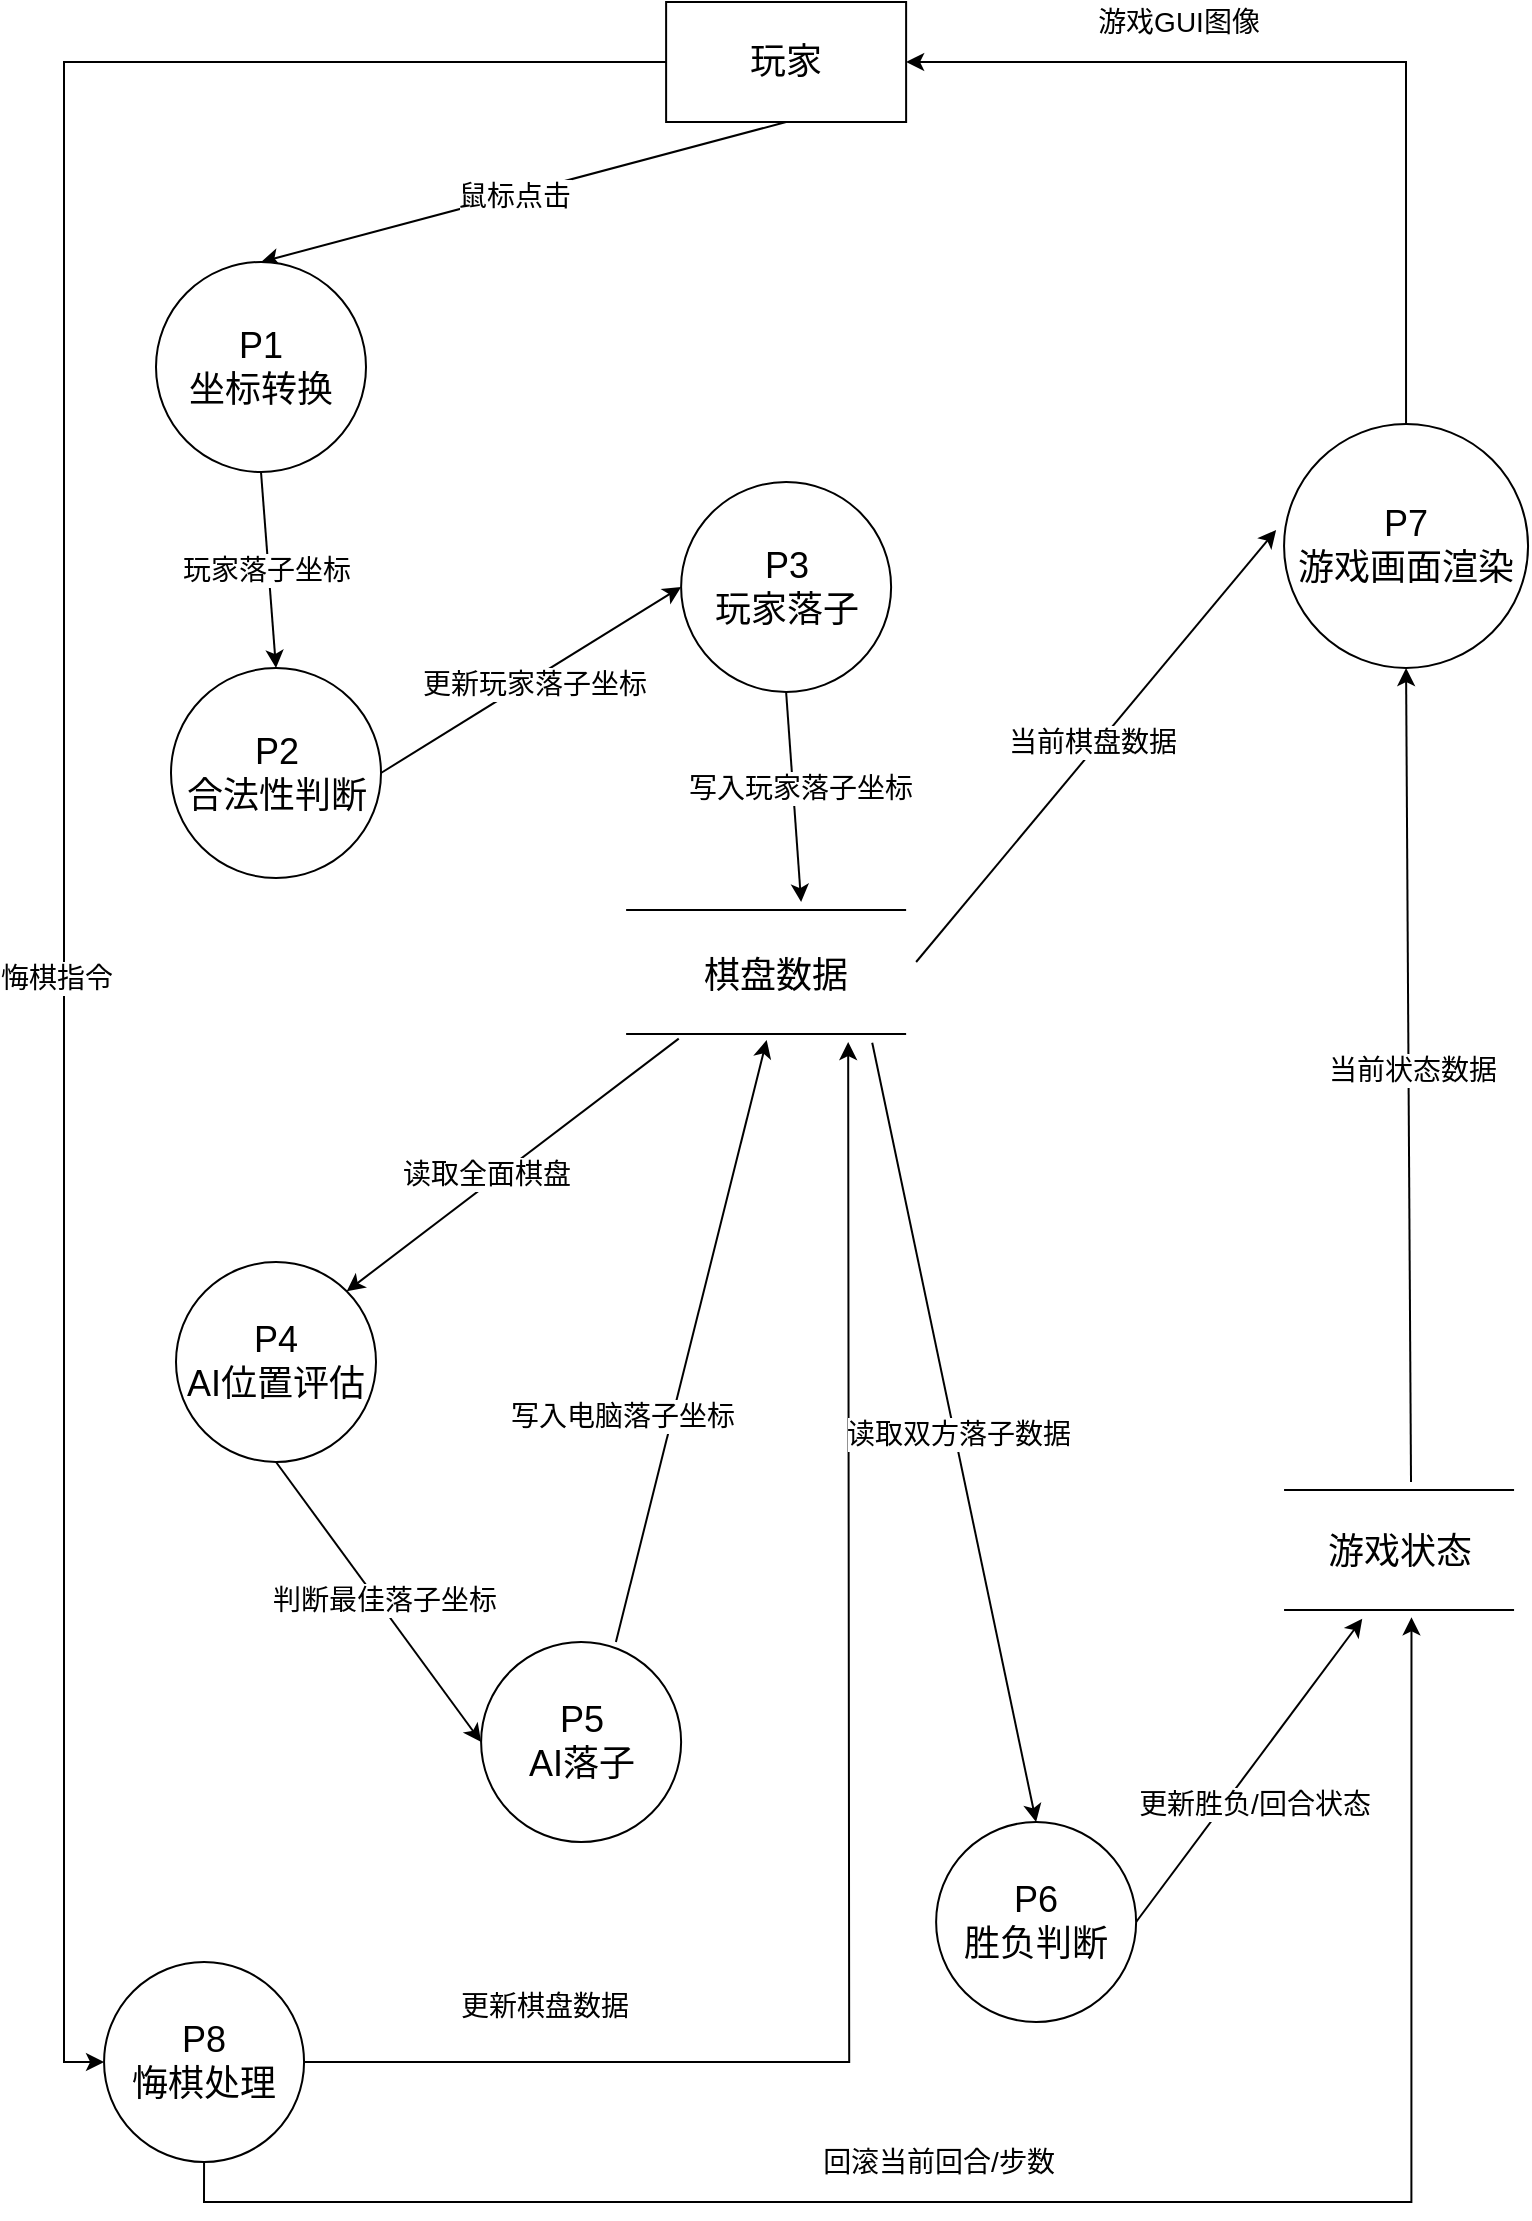
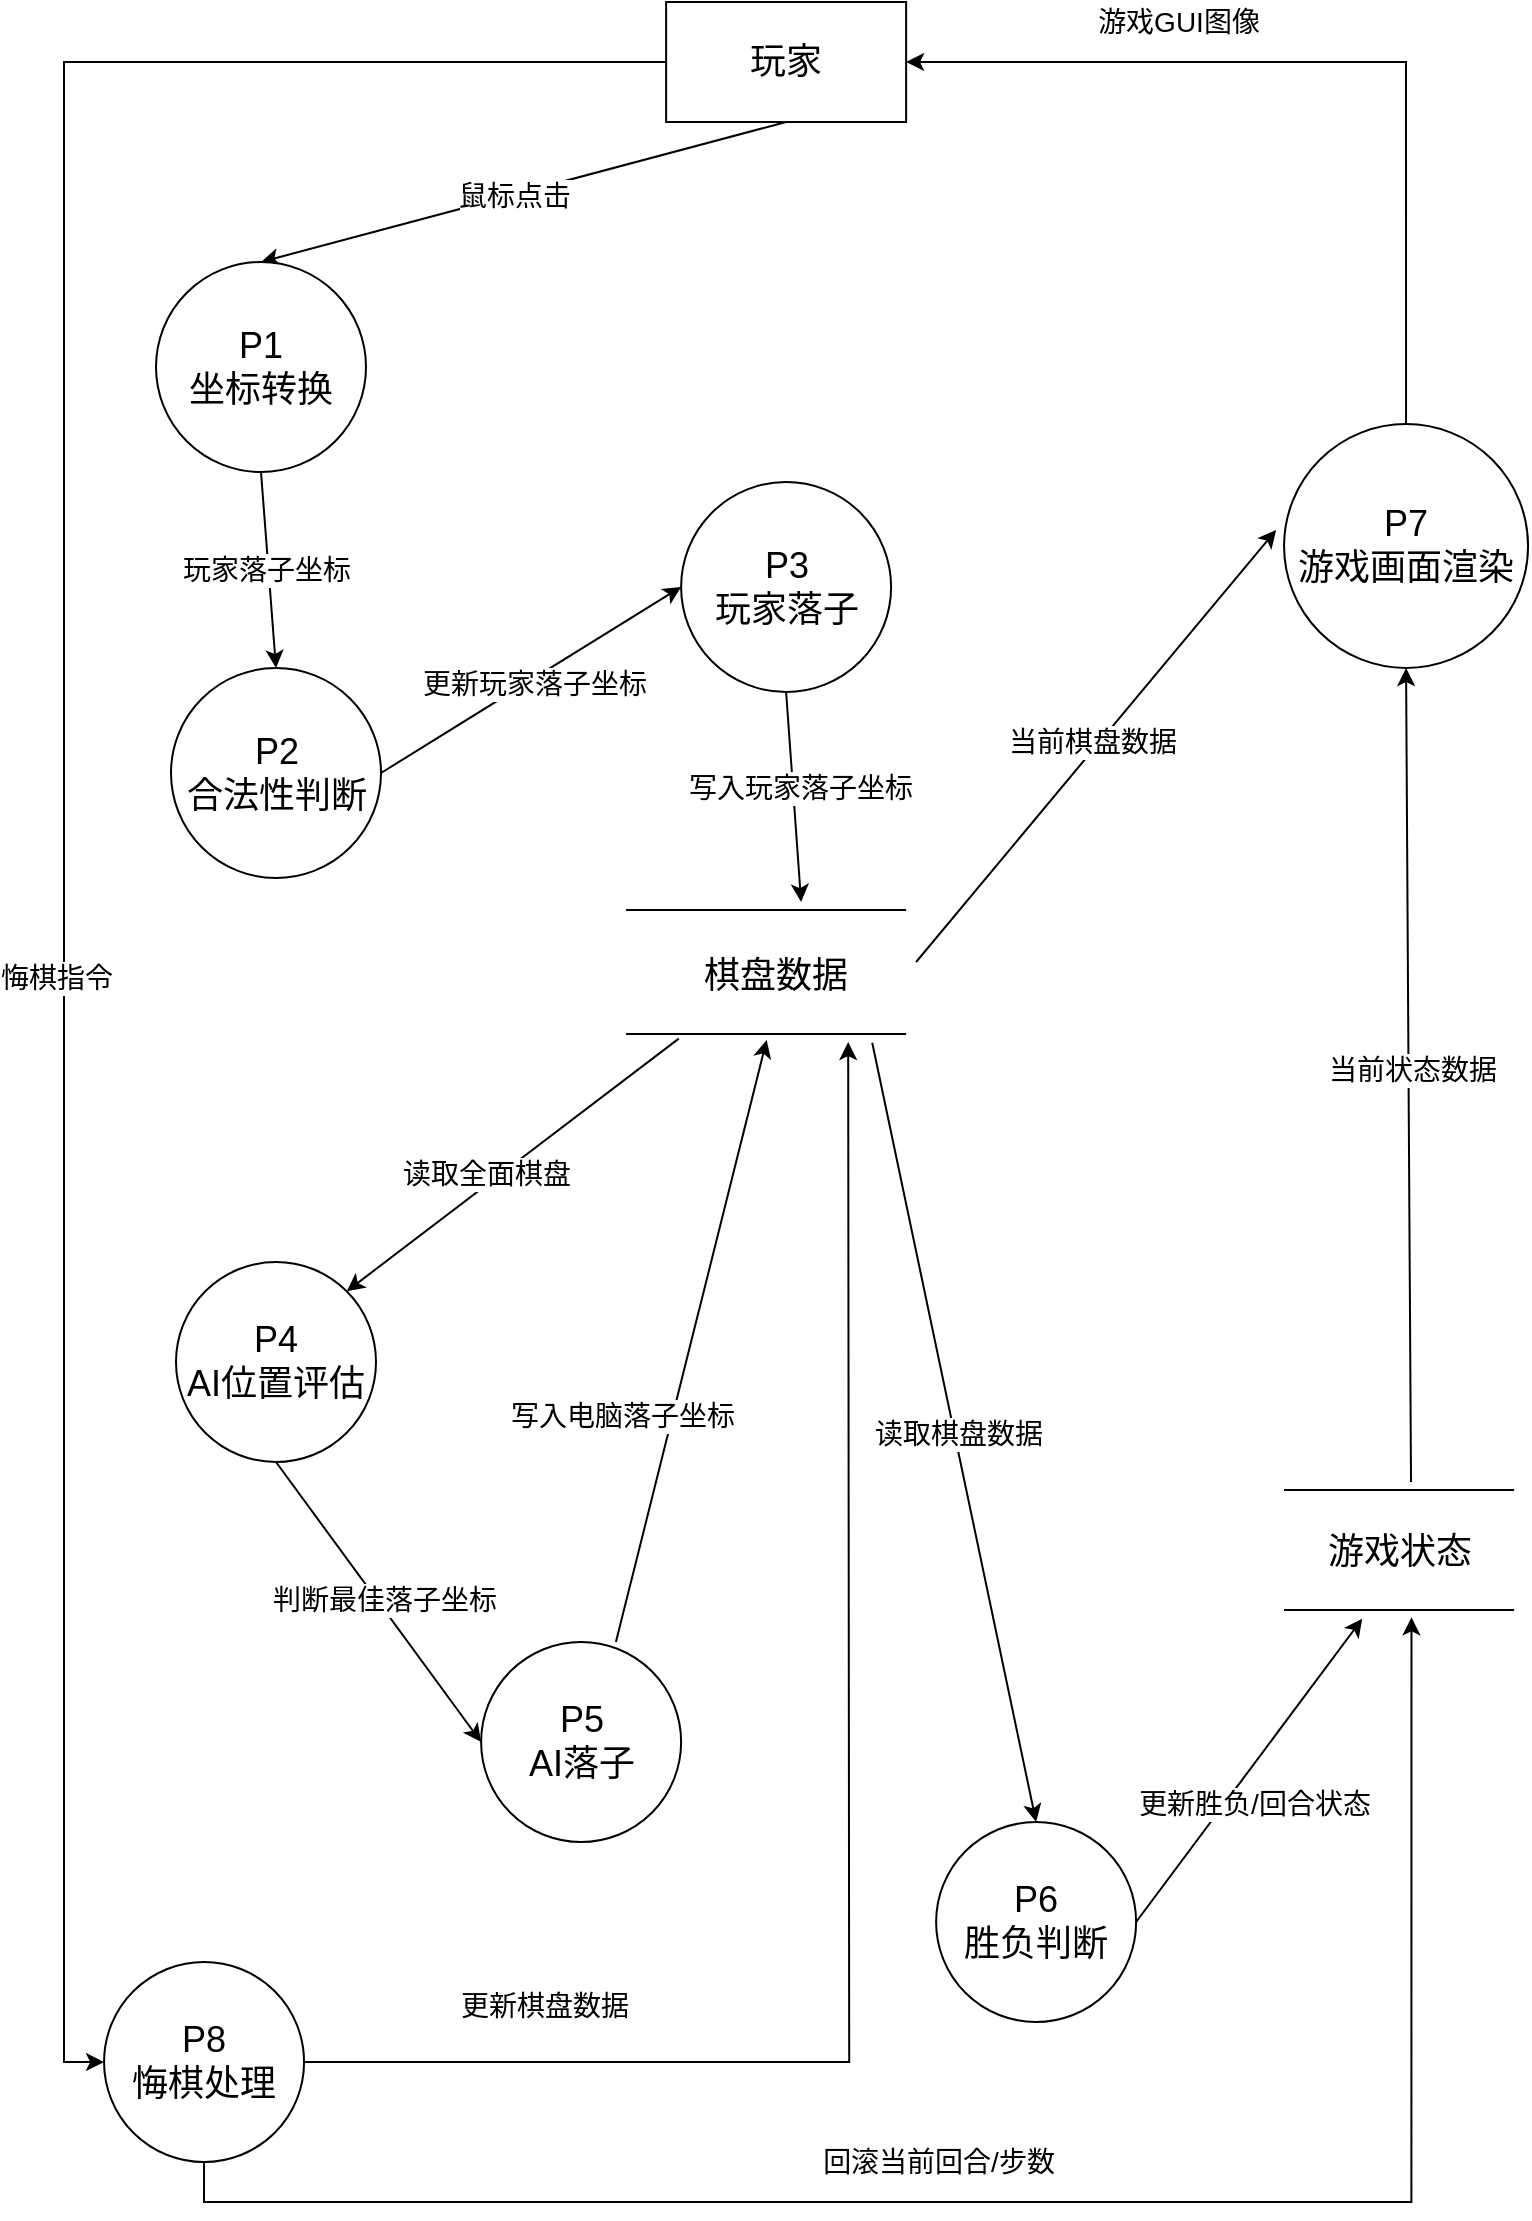
<mxfile host="app.diagrams.net">
  <diagram name="Page-1" id="hryGj0KzSXnJhMcqTr9-">
    <mxGraphModel dx="2054" dy="1198" grid="1" gridSize="10" guides="1" tooltips="1" connect="1" arrows="1" fold="1" page="1" pageScale="1" pageWidth="827" pageHeight="1169" math="0" shadow="0">
      <root>
        <mxCell id="0" />
        <mxCell id="1" parent="0" />
        <mxCell id="fDHwApNMCYBN-XmplwMt-11" edge="1" parent="1" source="fDHwApNMCYBN-XmplwMt-3" style="rounded=0;orthogonalLoop=1;jettySize=auto;html=1;exitX=0.5;exitY=1;exitDx=0;exitDy=0;entryX=0.5;entryY=0;entryDx=0;entryDy=0;" target="SoA14i47H3jGXmkj97EN-22">
          <mxGeometry relative="1" as="geometry">
            <mxPoint x="94.03" y="280" as="targetPoint" />
          </mxGeometry>
        </mxCell>
        <mxCell id="fDHwApNMCYBN-XmplwMt-12" connectable="0" parent="fDHwApNMCYBN-XmplwMt-11" style="edgeLabel;html=1;align=center;verticalAlign=middle;resizable=0;points=[];" value="&lt;font style=&quot;font-size: 14px;&quot;&gt;鼠标点击&lt;/font&gt;" vertex="1">
          <mxGeometry relative="1" x="0.0364" as="geometry">
            <mxPoint as="offset" />
          </mxGeometry>
        </mxCell>
        <mxCell id="SoA14i47H3jGXmkj97EN-53" edge="1" parent="1" source="fDHwApNMCYBN-XmplwMt-3" style="edgeStyle=orthogonalEdgeStyle;rounded=0;orthogonalLoop=1;jettySize=auto;html=1;exitX=0;exitY=0.5;exitDx=0;exitDy=0;entryX=0;entryY=0.5;entryDx=0;entryDy=0;" target="SoA14i47H3jGXmkj97EN-41">
          <mxGeometry relative="1" as="geometry" />
        </mxCell>
        <mxCell id="SoA14i47H3jGXmkj97EN-54" connectable="0" parent="SoA14i47H3jGXmkj97EN-53" style="edgeLabel;html=1;align=center;verticalAlign=middle;resizable=0;points=[];" value="&lt;font style=&quot;font-size: 14px;&quot;&gt;悔棋指令&lt;/font&gt;" vertex="1">
          <mxGeometry relative="1" x="-0.1018" y="-4" as="geometry">
            <mxPoint y="165" as="offset" />
          </mxGeometry>
        </mxCell>
        <mxCell id="fDHwApNMCYBN-XmplwMt-3" parent="1" style="rounded=0;whiteSpace=wrap;html=1;" value="&lt;font style=&quot;font-size: 18px;&quot;&gt;玩家&lt;/font&gt;" vertex="1">
          <mxGeometry height="60" width="120" x="355.05999999999995" y="30" as="geometry" />
        </mxCell>
        <mxCell id="SoA14i47H3jGXmkj97EN-37" edge="1" parent="1" source="SoA14i47H3jGXmkj97EN-64" style="edgeStyle=orthogonalEdgeStyle;rounded=0;orthogonalLoop=1;jettySize=auto;html=1;exitX=0.5;exitY=0;exitDx=0;exitDy=0;entryX=1;entryY=0.5;entryDx=0;entryDy=0;" target="fDHwApNMCYBN-XmplwMt-3">
          <mxGeometry relative="1" as="geometry">
            <mxPoint x="724.0300000000001" y="278" as="sourcePoint" />
            <mxPoint x="724.0300000000002" y="170" as="targetPoint" />
          </mxGeometry>
        </mxCell>
        <mxCell id="SoA14i47H3jGXmkj97EN-38" connectable="0" parent="SoA14i47H3jGXmkj97EN-37" style="edgeLabel;html=1;align=center;verticalAlign=middle;resizable=0;points=[];" value="&lt;font style=&quot;font-size: 14px;&quot;&gt;游戏GUI图像&lt;/font&gt;" vertex="1">
          <mxGeometry relative="1" x="0.0741" as="geometry">
            <mxPoint x="-64" y="-20" as="offset" />
          </mxGeometry>
        </mxCell>
        <mxCell id="SoA14i47H3jGXmkj97EN-14" edge="1" parent="1" source="SoA14i47H3jGXmkj97EN-28" style="endArrow=classic;html=1;rounded=0;exitX=0.188;exitY=0.792;exitDx=0;exitDy=0;exitPerimeter=0;entryX=1;entryY=0;entryDx=0;entryDy=0;" target="SoA14i47H3jGXmkj97EN-23" value="">
          <mxGeometry height="50" relative="1" width="50" as="geometry">
            <mxPoint x="368.4000000000001" y="338.00399999999996" as="sourcePoint" />
            <mxPoint x="178.56" y="450" as="targetPoint" />
          </mxGeometry>
        </mxCell>
        <mxCell id="SoA14i47H3jGXmkj97EN-15" connectable="0" parent="SoA14i47H3jGXmkj97EN-14" style="edgeLabel;html=1;align=center;verticalAlign=middle;resizable=0;points=[];" value="&lt;font style=&quot;font-size: 14px;&quot;&gt;读取全面棋盘&lt;/font&gt;" vertex="1">
          <mxGeometry relative="1" x="-0.1782" as="geometry">
            <mxPoint x="-29" y="16" as="offset" />
          </mxGeometry>
        </mxCell>
        <mxCell id="SoA14i47H3jGXmkj97EN-16" edge="1" parent="1" style="endArrow=classic;html=1;rounded=0;" value="">
          <mxGeometry height="50" relative="1" width="50" as="geometry">
            <mxPoint x="480.06" y="510" as="sourcePoint" />
            <mxPoint x="660.0600000000001" y="294" as="targetPoint" />
          </mxGeometry>
        </mxCell>
        <mxCell id="SoA14i47H3jGXmkj97EN-17" connectable="0" parent="SoA14i47H3jGXmkj97EN-16" style="edgeLabel;html=1;align=center;verticalAlign=middle;resizable=0;points=[];" value="&lt;span style=&quot;font-size: 14px;&quot;&gt;当前棋盘数据&lt;/span&gt;" vertex="1">
          <mxGeometry relative="1" x="0.0202" y="1" as="geometry">
            <mxPoint x="-3" y="1" as="offset" />
          </mxGeometry>
        </mxCell>
        <mxCell id="SoA14i47H3jGXmkj97EN-85" edge="1" parent="1" source="SoA14i47H3jGXmkj97EN-22" style="rounded=0;orthogonalLoop=1;jettySize=auto;html=1;exitX=0.5;exitY=1;exitDx=0;exitDy=0;entryX=0.5;entryY=0;entryDx=0;entryDy=0;" target="SoA14i47H3jGXmkj97EN-84">
          <mxGeometry relative="1" as="geometry" />
        </mxCell>
        <mxCell id="SoA14i47H3jGXmkj97EN-86" connectable="0" parent="SoA14i47H3jGXmkj97EN-85" style="edgeLabel;html=1;align=center;verticalAlign=middle;resizable=0;points=[];" value="&lt;font style=&quot;font-size: 14px;&quot;&gt;玩家落子坐标&lt;/font&gt;" vertex="1">
          <mxGeometry relative="1" x="0.004" y="-2" as="geometry">
            <mxPoint y="-1" as="offset" />
          </mxGeometry>
        </mxCell>
        <mxCell id="SoA14i47H3jGXmkj97EN-22" parent="1" style="ellipse;whiteSpace=wrap;html=1;aspect=fixed;" value="&lt;font style=&quot;font-size: 18px;&quot;&gt;P1&lt;/font&gt;&lt;div&gt;&lt;font style=&quot;font-size: 18px;&quot;&gt;坐标转换&lt;/font&gt;&lt;/div&gt;" vertex="1">
          <mxGeometry height="105" width="105" x="100" y="160" as="geometry" />
        </mxCell>
        <mxCell id="SoA14i47H3jGXmkj97EN-23" parent="1" style="ellipse;whiteSpace=wrap;html=1;aspect=fixed;" value="&lt;font style=&quot;font-size: 18px;&quot;&gt;P4&lt;/font&gt;&lt;div&gt;&lt;font style=&quot;font-size: 18px;&quot;&gt;AI位置评估&lt;/font&gt;&lt;/div&gt;" vertex="1">
          <mxGeometry height="100" width="100" x="110" y="660" as="geometry" />
        </mxCell>
        <mxCell id="SoA14i47H3jGXmkj97EN-24" parent="1" style="ellipse;whiteSpace=wrap;html=1;aspect=fixed;" value="&lt;font style=&quot;font-size: 18px;&quot;&gt;P5&lt;/font&gt;&lt;div&gt;&lt;font style=&quot;font-size: 18px;&quot;&gt;AI落子&lt;/font&gt;&lt;/div&gt;" vertex="1">
          <mxGeometry height="100" width="100" x="262.56" y="850" as="geometry" />
        </mxCell>
        <mxCell id="SoA14i47H3jGXmkj97EN-60" edge="1" parent="1" source="SoA14i47H3jGXmkj97EN-25" style="rounded=0;orthogonalLoop=1;jettySize=auto;html=1;exitX=1;exitY=0.5;exitDx=0;exitDy=0;entryX=0.34;entryY=1.051;entryDx=0;entryDy=0;entryPerimeter=0;" target="SoA14i47H3jGXmkj97EN-50">
          <mxGeometry relative="1" as="geometry">
            <mxPoint x="700.0600000000001" y="710" as="targetPoint" />
          </mxGeometry>
        </mxCell>
        <mxCell id="SoA14i47H3jGXmkj97EN-61" connectable="0" parent="SoA14i47H3jGXmkj97EN-60" style="edgeLabel;html=1;align=center;verticalAlign=middle;resizable=0;points=[];" value="&lt;font style=&quot;font-size: 14px;&quot;&gt;更新胜负/回合状态&lt;/font&gt;" vertex="1">
          <mxGeometry relative="1" x="-0.1486" y="-2" as="geometry">
            <mxPoint x="9" y="4" as="offset" />
          </mxGeometry>
        </mxCell>
        <mxCell id="SoA14i47H3jGXmkj97EN-25" parent="1" style="ellipse;whiteSpace=wrap;html=1;aspect=fixed;" value="&lt;font style=&quot;font-size: 18px;&quot;&gt;P6&lt;/font&gt;&lt;div&gt;&lt;font style=&quot;font-size: 18px;&quot;&gt;胜负判断&lt;/font&gt;&lt;/div&gt;" vertex="1">
          <mxGeometry height="100" width="100" x="490.06" y="940" as="geometry" />
        </mxCell>
        <mxCell id="SoA14i47H3jGXmkj97EN-27" parent="1" style="line;strokeWidth=1;fillColor=none;align=left;verticalAlign=middle;spacingTop=-1;spacingLeft=3;spacingRight=3;rotatable=0;labelPosition=right;points=[];portConstraint=eastwest;strokeColor=inherit;" value="" vertex="1">
          <mxGeometry height="8" width="140" x="335.06" y="480" as="geometry" />
        </mxCell>
        <mxCell id="SoA14i47H3jGXmkj97EN-28" parent="1" style="line;strokeWidth=1;fillColor=none;align=left;verticalAlign=middle;spacingTop=-1;spacingLeft=3;spacingRight=3;rotatable=0;labelPosition=right;points=[];portConstraint=eastwest;strokeColor=inherit;" value="" vertex="1">
          <mxGeometry height="8" width="140" x="335.06" y="542" as="geometry" />
        </mxCell>
        <mxCell id="SoA14i47H3jGXmkj97EN-29" parent="1" style="text;html=1;whiteSpace=wrap;strokeColor=none;fillColor=none;align=center;verticalAlign=middle;rounded=0;" value="&lt;font style=&quot;font-size: 18px;&quot;&gt;棋盘数据&lt;/font&gt;" vertex="1">
          <mxGeometry height="30" width="110" x="355.06" y="502" as="geometry" />
        </mxCell>
        <mxCell id="SoA14i47H3jGXmkj97EN-31" edge="1" parent="1" source="SoA14i47H3jGXmkj97EN-23" style="endArrow=classic;html=1;rounded=0;entryX=0;entryY=0.5;entryDx=0;entryDy=0;exitX=0.5;exitY=1;exitDx=0;exitDy=0;" target="SoA14i47H3jGXmkj97EN-24" value="">
          <mxGeometry height="50" relative="1" width="50" as="geometry">
            <mxPoint x="451.96299999999997" y="390" as="sourcePoint" />
            <mxPoint x="189.63999999999993" y="640.336" as="targetPoint" />
          </mxGeometry>
        </mxCell>
        <mxCell id="SoA14i47H3jGXmkj97EN-71" connectable="0" parent="SoA14i47H3jGXmkj97EN-31" style="edgeLabel;html=1;align=center;verticalAlign=middle;resizable=0;points=[];" value="&lt;font style=&quot;font-size: 14px;&quot;&gt;判断最佳落子坐标&lt;/font&gt;" vertex="1">
          <mxGeometry relative="1" x="0.0182" y="2" as="geometry">
            <mxPoint y="-1" as="offset" />
          </mxGeometry>
        </mxCell>
        <mxCell id="SoA14i47H3jGXmkj97EN-35" edge="1" parent="1" source="SoA14i47H3jGXmkj97EN-24" style="rounded=0;orthogonalLoop=1;jettySize=auto;html=1;exitX=0.674;exitY=0;exitDx=0;exitDy=0;entryX=0.502;entryY=0.875;entryDx=0;entryDy=0;entryPerimeter=0;exitPerimeter=0;" target="SoA14i47H3jGXmkj97EN-28">
          <mxGeometry relative="1" as="geometry" />
        </mxCell>
        <mxCell id="SoA14i47H3jGXmkj97EN-36" connectable="0" parent="SoA14i47H3jGXmkj97EN-35" style="edgeLabel;html=1;align=center;verticalAlign=middle;resizable=0;points=[];" value="&lt;span style=&quot;font-size: 14px;&quot;&gt;写入电脑落子坐标&lt;/span&gt;" vertex="1">
          <mxGeometry relative="1" x="-0.0044" y="1" as="geometry">
            <mxPoint x="-34" y="37" as="offset" />
          </mxGeometry>
        </mxCell>
        <mxCell id="SoA14i47H3jGXmkj97EN-55" edge="1" parent="1" source="SoA14i47H3jGXmkj97EN-41" style="edgeStyle=orthogonalEdgeStyle;rounded=0;orthogonalLoop=1;jettySize=auto;html=1;exitX=1;exitY=0.5;exitDx=0;exitDy=0;entryX=0.75;entryY=1;entryDx=0;entryDy=0;entryPerimeter=0;">
          <mxGeometry relative="1" as="geometry">
            <mxPoint x="180.06000000000003" y="1060" as="sourcePoint" />
            <mxPoint x="446.09" y="550" as="targetPoint" />
          </mxGeometry>
        </mxCell>
        <mxCell id="SoA14i47H3jGXmkj97EN-57" connectable="0" parent="SoA14i47H3jGXmkj97EN-55" style="edgeLabel;html=1;align=center;verticalAlign=middle;resizable=0;points=[];" value="&lt;font style=&quot;font-size: 14px;&quot;&gt;更新棋盘数据&lt;/font&gt;" vertex="1">
          <mxGeometry relative="1" x="-0.6914" y="3" as="geometry">
            <mxPoint x="-1" y="-25" as="offset" />
          </mxGeometry>
        </mxCell>
        <mxCell id="SoA14i47H3jGXmkj97EN-41" parent="1" style="ellipse;whiteSpace=wrap;html=1;aspect=fixed;" value="&lt;font style=&quot;font-size: 18px;&quot;&gt;P8&lt;/font&gt;&lt;div&gt;&lt;font style=&quot;font-size: 18px;&quot;&gt;悔棋处理&lt;/font&gt;&lt;/div&gt;" vertex="1">
          <mxGeometry height="100" width="100" x="74.03" y="1010" as="geometry" />
        </mxCell>
        <mxCell id="SoA14i47H3jGXmkj97EN-49" parent="1" style="line;strokeWidth=1;fillColor=none;align=left;verticalAlign=middle;spacingTop=-1;spacingLeft=3;spacingRight=3;rotatable=0;labelPosition=right;points=[];portConstraint=eastwest;strokeColor=inherit;" value="" vertex="1">
          <mxGeometry height="8" width="115" x="664.0300000000001" y="770" as="geometry" />
        </mxCell>
        <mxCell id="SoA14i47H3jGXmkj97EN-50" parent="1" style="line;strokeWidth=1;fillColor=none;align=left;verticalAlign=middle;spacingTop=-1;spacingLeft=3;spacingRight=3;rotatable=0;labelPosition=right;points=[];portConstraint=eastwest;strokeColor=inherit;" value="" vertex="1">
          <mxGeometry height="8" width="115" x="664.0300000000001" y="830" as="geometry" />
        </mxCell>
        <mxCell id="SoA14i47H3jGXmkj97EN-51" parent="1" style="text;html=1;whiteSpace=wrap;strokeColor=none;fillColor=none;align=center;verticalAlign=middle;rounded=0;" value="&lt;span style=&quot;font-size: 18px;&quot;&gt;游戏状态&lt;/span&gt;" vertex="1">
          <mxGeometry height="30" width="110" x="666.5300000000001" y="790" as="geometry" />
        </mxCell>
        <mxCell id="SoA14i47H3jGXmkj97EN-65" edge="1" parent="1" source="SoA14i47H3jGXmkj97EN-28" style="endArrow=classic;html=1;rounded=0;exitX=0.879;exitY=1.042;exitDx=0;exitDy=0;exitPerimeter=0;entryX=0.5;entryY=0;entryDx=0;entryDy=0;" target="SoA14i47H3jGXmkj97EN-25" value="">
          <mxGeometry height="50" relative="1" width="50" as="geometry">
            <mxPoint x="610.0600000000001" y="570" as="sourcePoint" />
            <mxPoint x="540" y="930" as="targetPoint" />
          </mxGeometry>
        </mxCell>
-         <mxCell id="SoA14i47H3jGXmkj97EN-81" connectable="0" parent="SoA14i47H3jGXmkj97EN-65" style="edgeLabel;html=1;align=center;verticalAlign=middle;resizable=0;points=[];" value="&lt;font style=&quot;font-size: 14px;&quot;&gt;读取双方落子数据&lt;/font&gt;" vertex="1">
+         <mxCell id="SoA14i47H3jGXmkj97EN-81" connectable="0" parent="SoA14i47H3jGXmkj97EN-65" style="edgeLabel;html=1;align=center;verticalAlign=middle;resizable=0;points=[];" value="&lt;span style=&quot;font-size: 14px;&quot;&gt;读取棋盘数据&lt;/span&gt;" vertex="1">
          <mxGeometry relative="1" x="0.0041" y="2" as="geometry">
            <mxPoint as="offset" />
          </mxGeometry>
        </mxCell>
        <mxCell id="SoA14i47H3jGXmkj97EN-66" edge="1" parent="1" source="SoA14i47H3jGXmkj97EN-41" style="edgeStyle=orthogonalEdgeStyle;rounded=0;orthogonalLoop=1;jettySize=auto;html=1;exitX=0.5;exitY=1;exitDx=0;exitDy=0;entryX=0.554;entryY=0.958;entryDx=0;entryDy=0;entryPerimeter=0;" target="SoA14i47H3jGXmkj97EN-50">
          <mxGeometry relative="1" as="geometry" />
        </mxCell>
        <mxCell id="SoA14i47H3jGXmkj97EN-68" connectable="0" parent="SoA14i47H3jGXmkj97EN-66" style="edgeLabel;html=1;align=center;verticalAlign=middle;resizable=0;points=[];" value="&lt;font style=&quot;font-size: 14px;&quot;&gt;回滚当前回合/步数&lt;/font&gt;" vertex="1">
          <mxGeometry relative="1" x="-0.156" y="-3" as="geometry">
            <mxPoint y="-23" as="offset" />
          </mxGeometry>
        </mxCell>
        <mxCell id="SoA14i47H3jGXmkj97EN-67" edge="1" parent="1" source="SoA14i47H3jGXmkj97EN-49" style="endArrow=classic;html=1;rounded=0;exitX=0.552;exitY=0;exitDx=0;exitDy=0;exitPerimeter=0;entryX=0.5;entryY=1;entryDx=0;entryDy=0;" target="SoA14i47H3jGXmkj97EN-64" value="">
          <mxGeometry height="50" relative="1" width="50" as="geometry">
            <mxPoint x="663.0300000000001" y="530" as="sourcePoint" />
            <mxPoint x="713.0300000000001" y="480" as="targetPoint" />
          </mxGeometry>
        </mxCell>
        <mxCell id="SoA14i47H3jGXmkj97EN-83" connectable="0" parent="SoA14i47H3jGXmkj97EN-67" style="edgeLabel;html=1;align=center;verticalAlign=middle;resizable=0;points=[];" value="&lt;font style=&quot;font-size: 14px;&quot;&gt;当前状态数据&lt;/font&gt;" vertex="1">
          <mxGeometry relative="1" x="0.0127" y="-1" as="geometry">
            <mxPoint as="offset" />
          </mxGeometry>
        </mxCell>
        <mxCell id="SoA14i47H3jGXmkj97EN-64" parent="1" style="ellipse;whiteSpace=wrap;html=1;aspect=fixed;" value="&lt;font style=&quot;font-size: 18px;&quot;&gt;P7&lt;/font&gt;&lt;div&gt;&lt;font style=&quot;font-size: 18px;&quot;&gt;游戏画面渲染&lt;/font&gt;&lt;/div&gt;" vertex="1">
          <mxGeometry height="122" width="122" x="664.0300000000001" y="241" as="geometry" />
        </mxCell>
        <mxCell id="SoA14i47H3jGXmkj97EN-74" parent="1" style="ellipse;whiteSpace=wrap;html=1;aspect=fixed;" value="&lt;font style=&quot;font-size: 18px;&quot;&gt;P3&lt;/font&gt;&lt;div&gt;&lt;font style=&quot;font-size: 18px;&quot;&gt;玩家落子&lt;/font&gt;&lt;/div&gt;" vertex="1">
          <mxGeometry height="105" width="105" x="362.56" y="270" as="geometry" />
        </mxCell>
        <mxCell id="SoA14i47H3jGXmkj97EN-78" edge="1" parent="1" source="SoA14i47H3jGXmkj97EN-74" style="rounded=0;orthogonalLoop=1;jettySize=auto;html=1;exitX=0.5;exitY=1;exitDx=0;exitDy=0;entryX=0.625;entryY=0;entryDx=0;entryDy=0;entryPerimeter=0;" target="SoA14i47H3jGXmkj97EN-27">
          <mxGeometry relative="1" as="geometry">
            <mxPoint x="430.06" y="360" as="targetPoint" />
          </mxGeometry>
        </mxCell>
        <mxCell id="SoA14i47H3jGXmkj97EN-80" connectable="0" parent="SoA14i47H3jGXmkj97EN-78" style="edgeLabel;html=1;align=center;verticalAlign=middle;resizable=0;points=[];" value="&lt;font style=&quot;font-size: 14px;&quot;&gt;写入玩家落子坐标&lt;/font&gt;" vertex="1">
          <mxGeometry relative="1" x="-0.0903" y="3" as="geometry">
            <mxPoint as="offset" />
          </mxGeometry>
        </mxCell>
        <mxCell id="SoA14i47H3jGXmkj97EN-87" edge="1" parent="1" source="SoA14i47H3jGXmkj97EN-84" style="rounded=0;orthogonalLoop=1;jettySize=auto;html=1;exitX=1;exitY=0.5;exitDx=0;exitDy=0;entryX=0;entryY=0.5;entryDx=0;entryDy=0;" target="SoA14i47H3jGXmkj97EN-74">
          <mxGeometry relative="1" as="geometry" />
        </mxCell>
        <mxCell id="SoA14i47H3jGXmkj97EN-88" connectable="0" parent="SoA14i47H3jGXmkj97EN-87" style="edgeLabel;html=1;align=center;verticalAlign=middle;resizable=0;points=[];" value="&lt;font style=&quot;font-size: 14px;&quot;&gt;更新玩家落子坐标&lt;/font&gt;" vertex="1">
          <mxGeometry relative="1" x="0.0028" y="-2" as="geometry">
            <mxPoint as="offset" />
          </mxGeometry>
        </mxCell>
        <mxCell id="SoA14i47H3jGXmkj97EN-84" parent="1" style="ellipse;whiteSpace=wrap;html=1;aspect=fixed;" value="&lt;span style=&quot;font-size: 18px;&quot;&gt;P2&lt;/span&gt;&lt;div&gt;&lt;span style=&quot;font-size: 18px;&quot;&gt;合法性判断&lt;/span&gt;&lt;/div&gt;" vertex="1">
          <mxGeometry height="105" width="105" x="107.5" y="363" as="geometry" />
        </mxCell>
      </root>
    </mxGraphModel>
  </diagram>
</mxfile>
